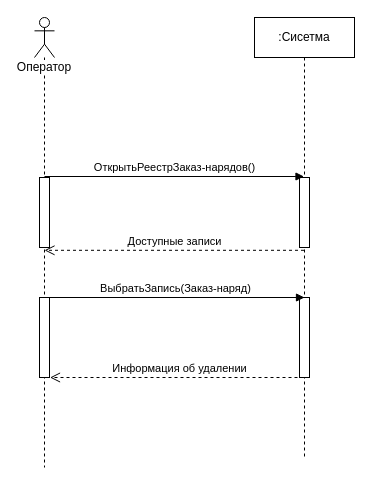
Above: Lab3/Бугаков/2Прецедент.drawio in denissfloww/Information-systems-design (draw.io), before the change. Source tidied: cells renumbered, new cells numbered last; positions are measured from the earlier drawing's top-left corner, leaving out a move shared by most shapes. Both pictures are drawn from the tidied source at 100%, with x=0, y=0 at pixel (34, 17).
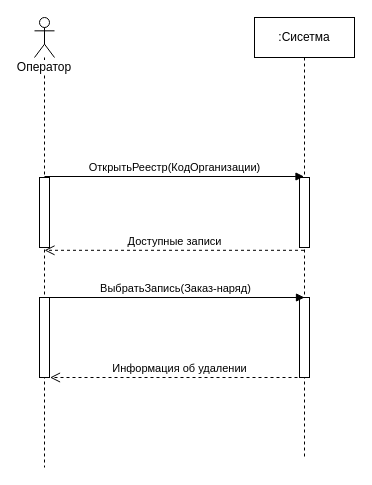
After the change.

The edit, as a diff of the source:
```diff
@@
 <mxGraphModel>
   <root>
     <mxCell id="0" />
     <mxCell id="1" parent="0" />
     <mxCell id="2" value="Оператор" style="shape=umlLifeline;participant=umlActor;perimeter=lifelinePerimeter;whiteSpace=wrap;html=1;verticalAlign=top;spacingTop=36;labelBackgroundColor=#ffffff;" parent="1" vertex="1">
       <mxGeometry width="20" height="450" as="geometry" />
     </mxCell>
     <mxCell id="3" style="html=1;points=[];perimeter=orthogonalPerimeter;" parent="2" vertex="1">
       <mxGeometry x="5" y="160" width="10" height="70" as="geometry" />
     </mxCell>
     <mxCell id="4" style="html=1;perimeter=orthogonalPerimeter;" parent="2" vertex="1">
       <mxGeometry x="5" y="280" width="10" height="80" as="geometry" />
     </mxCell>
     <mxCell id="5" value=":Сисетма" style="shape=umlLifeline;perimeter=lifelinePerimeter;whiteSpace=wrap;html=1;outlineConnect=0;" parent="1" vertex="1">
       <mxGeometry x="220" width="100" height="440" as="geometry" />
     </mxCell>
     <mxCell id="6" style="html=1;perimeter=orthogonalPerimeter;" parent="5" vertex="1">
       <mxGeometry x="45" y="160" width="10" height="70" as="geometry" />
     </mxCell>
     <mxCell id="7" style="html=1;perimeter=orthogonalPerimeter;" parent="5" vertex="1">
       <mxGeometry x="45" y="280" width="10" height="80" as="geometry" />
     </mxCell>
-    <mxCell id="8" value="ОткрытьРеестрЗаказ-нарядов()" style="html=1;verticalAlign=bottom;endArrow=block;exitX=0.5;exitY=0;exitDx=0;exitDy=0;exitPerimeter=0;" parent="1" edge="1">
+    <mxCell id="8" value="ОткрытьРеестр(КодОрганизации)" style="html=1;verticalAlign=bottom;endArrow=block;exitX=0.5;exitY=0;exitDx=0;exitDy=0;exitPerimeter=0;" parent="1" edge="1">
       <mxGeometry relative="1" as="geometry">
         <mxPoint x="10" y="159" as="sourcePoint" />
         <mxPoint x="269.5" y="159" as="targetPoint" />
       </mxGeometry>
     </mxCell>
     <mxCell id="9" value="Доступные записи" style="html=1;verticalAlign=bottom;endArrow=open;dashed=1;endSize=8;entryX=0.5;entryY=1.04;entryDx=0;entryDy=0;entryPerimeter=0;" parent="1" edge="1" source="5" target="3">
       <mxGeometry relative="1" as="geometry" />
     </mxCell>
     <mxCell id="10" value="ВыбратьЗапись(Заказ-наряд)" style="html=1;verticalAlign=bottom;endArrow=block;exitX=0.5;exitY=0;exitDx=0;exitDy=0;exitPerimeter=0;" parent="1" edge="1">
       <mxGeometry relative="1" as="geometry">
         <mxPoint x="10.5" y="280" as="sourcePoint" />
         <mxPoint x="270" y="280" as="targetPoint" />
       </mxGeometry>
     </mxCell>
     <mxCell id="11" value="Информация об удалении" style="html=1;verticalAlign=bottom;endArrow=open;dashed=1;endSize=8;entryX=0.5;entryY=1.04;entryDx=0;entryDy=0;entryPerimeter=0;" parent="1" edge="1">
       <mxGeometry relative="1" as="geometry">
         <mxPoint x="275" y="360" as="sourcePoint" />
         <mxPoint x="15.5" y="360" as="targetPoint" />
       </mxGeometry>
     </mxCell>
   </root>
 </mxGraphModel>
```
